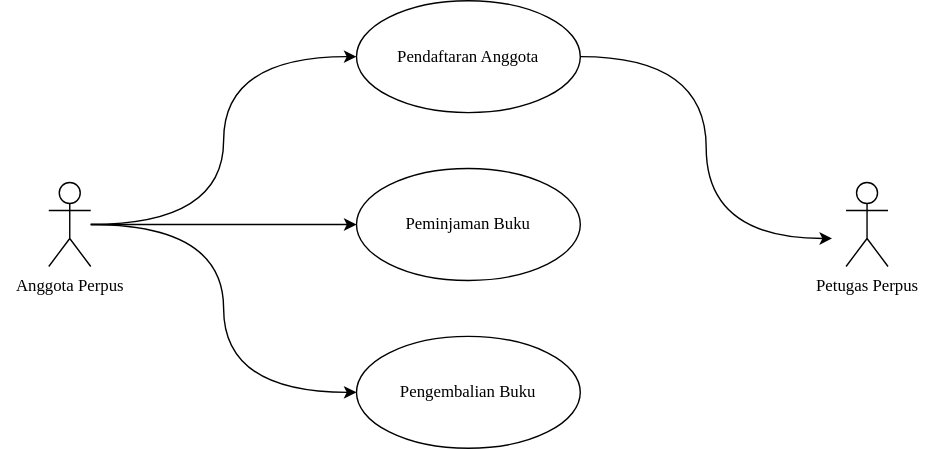
Above: use-case-diagram-sisfo-perpustakaan.drawio.svg in fauzan-radji/diagrams (draw.io), before the change. Source tidied: cells renumbered, new cells last; positions are measured from the earlier drawing's top-left corner, leaving out a move shared by most shapes.
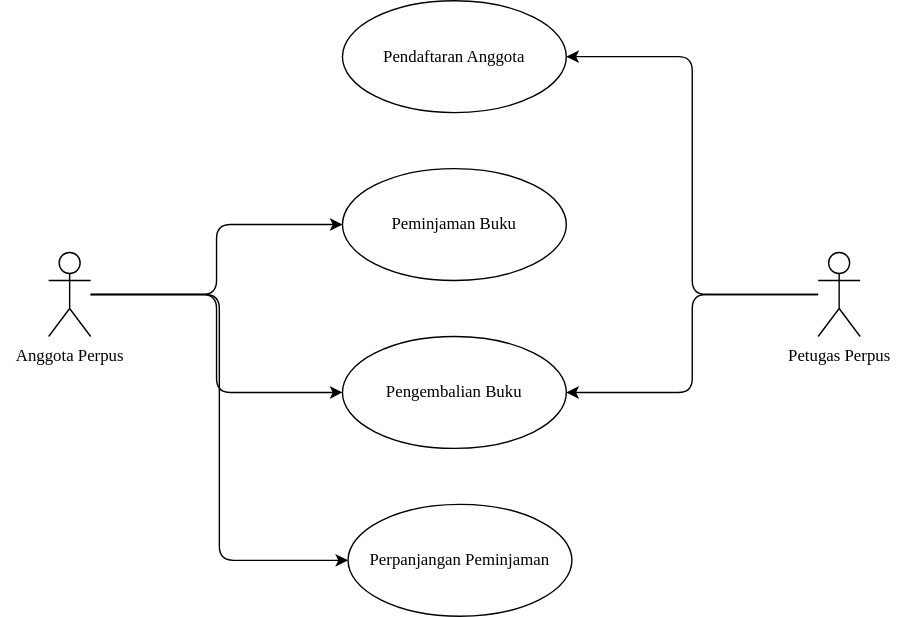
The same diagram one commit later.

Diff of the diagram source:
```diff
@@ -2,38 +2,38 @@
   <root>
     <mxCell id="0" />
     <mxCell id="1" parent="0" />
-    <mxCell id="2" value="Peminjaman Buku" style="ellipse;whiteSpace=wrap;html=1;fontFamily=Montserrat;fontSource=https%3A%2F%2Ffonts.googleapis.com%2Fcss%3Ffamily%3DMontserrat;rounded=0;" parent="1" vertex="1">
+    <mxCell id="2" value="Peminjaman Buku" style="ellipse;whiteSpace=wrap;html=1;fontFamily=Montserrat;fontSource=https%3A%2F%2Ffonts.googleapis.com%2Fcss%3Ffamily%3DMontserrat;rounded=1;" parent="1" vertex="1">
       <mxGeometry x="220" y="120" width="160" height="80" as="geometry" />
     </mxCell>
-    <mxCell id="3" value="Pendaftaran Anggota" style="ellipse;whiteSpace=wrap;html=1;fontFamily=Montserrat;fontSource=https%3A%2F%2Ffonts.googleapis.com%2Fcss%3Ffamily%3DMontserrat;rounded=0;" parent="1" vertex="1">
+    <mxCell id="3" value="Pendaftaran Anggota" style="ellipse;whiteSpace=wrap;html=1;fontFamily=Montserrat;fontSource=https%3A%2F%2Ffonts.googleapis.com%2Fcss%3Ffamily%3DMontserrat;rounded=1;" parent="1" vertex="1">
       <mxGeometry x="220" width="160" height="80" as="geometry" />
     </mxCell>
-    <mxCell id="4" value="Pengembalian Buku" style="ellipse;whiteSpace=wrap;html=1;fontFamily=Montserrat;fontSource=https%3A%2F%2Ffonts.googleapis.com%2Fcss%3Ffamily%3DMontserrat;rounded=0;" parent="1" vertex="1">
+    <mxCell id="4" value="Pengembalian Buku" style="ellipse;whiteSpace=wrap;html=1;fontFamily=Montserrat;fontSource=https%3A%2F%2Ffonts.googleapis.com%2Fcss%3Ffamily%3DMontserrat;rounded=1;" parent="1" vertex="1">
       <mxGeometry x="220" y="240" width="160" height="80" as="geometry" />
     </mxCell>
-    <mxCell id="5" style="edgeStyle=orthogonalEdgeStyle;curved=1;jettySize=auto;html=1;entryX=0;entryY=0.5;entryDx=0;entryDy=0;fontFamily=Montserrat;fontSource=https%3A%2F%2Ffonts.googleapis.com%2Fcss%3Ffamily%3DMontserrat;" parent="1" edge="1" source="8" target="3">
-      <mxGeometry relative="1" as="geometry" />
-    </mxCell>
-    <mxCell id="6" style="edgeStyle=orthogonalEdgeStyle;curved=1;jettySize=auto;html=1;entryX=0;entryY=0.5;entryDx=0;entryDy=0;fontFamily=Montserrat;fontSource=https%3A%2F%2Ffonts.googleapis.com%2Fcss%3Ffamily%3DMontserrat;" parent="1" edge="1" source="8" target="2">
+    <mxCell id="6" style="edgeStyle=orthogonalEdgeStyle;jettySize=auto;html=1;entryX=0;entryY=0.5;entryDx=0;entryDy=0;fontFamily=Montserrat;fontSource=https%3A%2F%2Ffonts.googleapis.com%2Fcss%3Ffamily%3DMontserrat;" parent="1" edge="1" source="8" target="2">
       <mxGeometry relative="1" as="geometry" />
     </mxCell>
-    <mxCell id="7" style="edgeStyle=orthogonalEdgeStyle;curved=1;jettySize=auto;html=1;entryX=0;entryY=0.5;entryDx=0;entryDy=0;fontFamily=Montserrat;fontSource=https%3A%2F%2Ffonts.googleapis.com%2Fcss%3Ffamily%3DMontserrat;" parent="1" edge="1" source="8" target="4">
+    <mxCell id="7" style="edgeStyle=orthogonalEdgeStyle;rounded=1;jettySize=auto;html=1;entryX=0;entryY=0.5;entryDx=0;entryDy=0;" parent="1" edge="1" source="8" target="4">
       <mxGeometry relative="1" as="geometry" />
     </mxCell>
+    <mxCell id="11" style="edgeStyle=orthogonalEdgeStyle;rounded=1;jettySize=auto;html=1;entryX=0;entryY=0.5;entryDx=0;entryDy=0;" parent="1" edge="1" source="8" target="14">
+      <mxGeometry relative="1" as="geometry" />
+    </mxCell>
-    <mxCell id="8" value="Anggota Perpus" style="shape=umlActor;verticalLabelPosition=bottom;verticalAlign=top;html=1;fontFamily=Montserrat;fontSource=https%3A%2F%2Ffonts.googleapis.com%2Fcss%3Ffamily%3DMontserrat;rounded=0;" parent="1" vertex="1">
-      <mxGeometry y="130" width="30" height="60" as="geometry" />
+    <mxCell id="8" value="Anggota Perpus" style="shape=umlActor;verticalLabelPosition=bottom;verticalAlign=top;html=1;fontFamily=Montserrat;fontSource=https%3A%2F%2Ffonts.googleapis.com%2Fcss%3Ffamily%3DMontserrat;rounded=1;" parent="1" vertex="1">
+      <mxGeometry x="10" y="180" width="30" height="60" as="geometry" />
     </mxCell>
-    <mxCell id="9" style="edgeStyle=orthogonalEdgeStyle;curved=1;jettySize=auto;html=1;fontFamily=Montserrat;fontSource=https%3A%2F%2Ffonts.googleapis.com%2Fcss%3Ffamily%3DMontserrat;exitX=1;exitY=0.5;exitDx=0;exitDy=0;" parent="1" edge="1" source="3">
-      <mxGeometry relative="1" as="geometry">
-        <mxPoint x="560" y="170" as="targetPoint" />
-        <Array as="points">
-          <mxPoint x="470" y="40" />
-          <mxPoint x="470" y="170" />
-        </Array>
-      </mxGeometry>
-    </mxCell>
+    <mxCell id="12" style="edgeStyle=orthogonalEdgeStyle;rounded=1;jettySize=auto;html=1;entryX=1;entryY=0.5;entryDx=0;entryDy=0;" parent="1" edge="1" source="10" target="4">
+      <mxGeometry relative="1" as="geometry" />
+    </mxCell>
+    <mxCell id="13" style="edgeStyle=orthogonalEdgeStyle;rounded=1;jettySize=auto;html=1;entryX=1;entryY=0.5;entryDx=0;entryDy=0;" parent="1" edge="1" source="10" target="3">
+      <mxGeometry relative="1" as="geometry" />
+    </mxCell>
-    <mxCell id="10" value="Petugas Perpus" style="shape=umlActor;verticalLabelPosition=bottom;verticalAlign=top;html=1;fontFamily=Montserrat;fontSource=https%3A%2F%2Ffonts.googleapis.com%2Fcss%3Ffamily%3DMontserrat;rounded=0;" parent="1" vertex="1">
-      <mxGeometry x="570" y="130" width="30" height="60" as="geometry" />
+    <mxCell id="10" value="Petugas Perpus" style="shape=umlActor;verticalLabelPosition=bottom;verticalAlign=top;html=1;fontFamily=Montserrat;fontSource=https%3A%2F%2Ffonts.googleapis.com%2Fcss%3Ffamily%3DMontserrat;rounded=1;" parent="1" vertex="1">
+      <mxGeometry x="560" y="180" width="30" height="60" as="geometry" />
     </mxCell>
+    <mxCell id="14" value="Perpanjangan Peminjaman" style="ellipse;whiteSpace=wrap;html=1;fontFamily=Montserrat;fontSource=https%3A%2F%2Ffonts.googleapis.com%2Fcss%3Ffamily%3DMontserrat;rounded=1;" parent="1" vertex="1">
+      <mxGeometry x="224" y="360" width="160" height="80" as="geometry" />
+    </mxCell>
   </root>
 </mxGraphModel>
```
